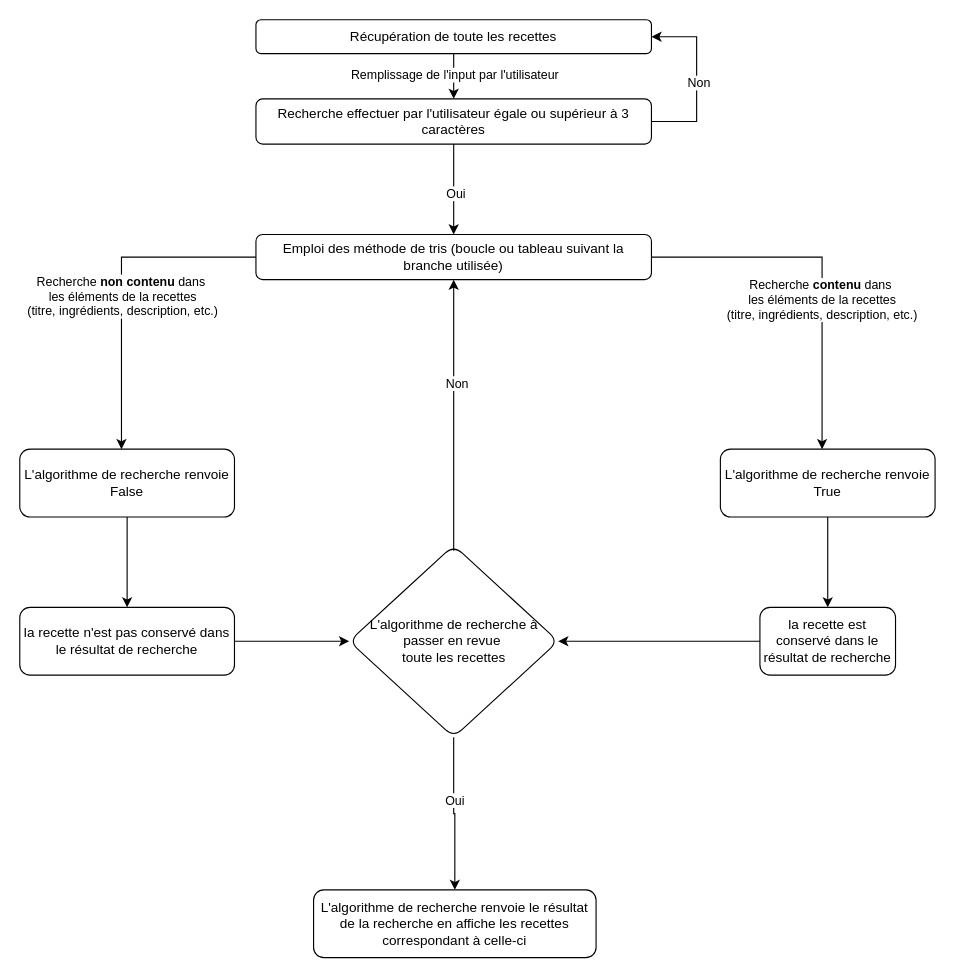
gregmelo/LesPetitsPlats keeps this draw.io diagram as Diagramme sans nom.drawio. Above is the earlier version. Source tidied: cells renumbered, new cells numbered last; positions are measured from the earlier drawing's top-left corner, leaving out a move shared by most shapes. Both pictures are drawn from the tidied source at 113%, with x=0, y=0 at pixel (19, 19).
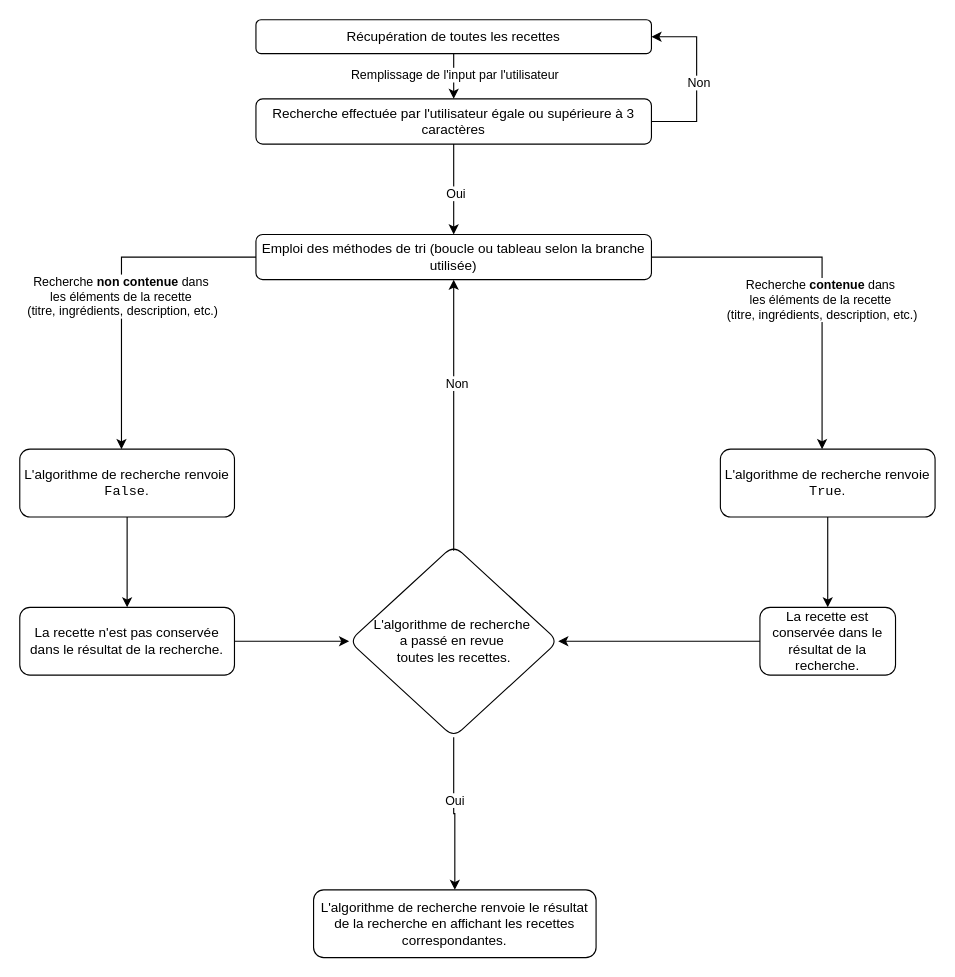
The same diagram, later.

The change refers to these unchanged cells:
```xml
<mxCell id="11" style="endArrow=classic;html=1;rounded=0;exitX=0;exitY=0.5;exitDx=0;exitDy=0;" parent="1" edge="1" source="10">
  <mxGeometry relative="1" as="geometry">
    <mxPoint x="90" y="380" as="targetPoint" />
    <Array as="points">
      <mxPoint x="90" y="210" />
    </Array>
  </mxGeometry>
</mxCell>
<mxCell id="23" style="endArrow=classic;html=1;rounded=0;exitX=1;exitY=0.5;exitDx=0;exitDy=0;" parent="1" edge="1" source="10">
  <mxGeometry relative="1" as="geometry">
    <mxPoint x="710" y="380" as="targetPoint" />
    <Array as="points">
      <mxPoint x="710" y="210" />
    </Array>
  </mxGeometry>
</mxCell>
```

Diff of the diagram source:
```diff
@@
-    <mxCell id="2" value="Récupération de toute les recettes" style="rounded=1;whiteSpace=wrap;html=1;" parent="1" vertex="1">
+    <mxCell id="2" value="Récupération de toutes les recettes" style="rounded=1;whiteSpace=wrap;html=1;" parent="1" vertex="1">
       <mxGeometry x="209" width="350" height="30" as="geometry" />
     </mxCell>
@@
-    <mxCell id="5" value="Recherche effectuer par l'utilisateur égale ou supérieur à 3 caractères" style="rounded=1;whiteSpace=wrap;html=1;" parent="1" vertex="1">
+    <mxCell id="5" value="Recherche effectuée par l'utilisateur égale ou supérieure à 3 caractères" style="rounded=1;whiteSpace=wrap;html=1;" parent="1" vertex="1">
       <mxGeometry x="209" y="70" width="350" height="40" as="geometry" />
     </mxCell>
@@
-    <mxCell id="10" value="Emploi des méthode de tris (boucle ou tableau suivant la branche utilisée)" style="rounded=1;whiteSpace=wrap;html=1;" parent="1" vertex="1">
+    <mxCell id="10" value="Emploi des méthodes de tri (boucle ou tableau selon la branche utilisée)" style="rounded=1;whiteSpace=wrap;html=1;" parent="1" vertex="1">
       <mxGeometry x="209" y="190" width="350" height="40" as="geometry" />
     </mxCell>
@@
-    <mxCell id="12" value="&lt;div&gt;Recherche &lt;b&gt;non contenu&lt;/b&gt; dans&amp;nbsp;&lt;/div&gt;&lt;div&gt;les éléments de la recettes&lt;/div&gt;&lt;div&gt;(titre, ingrédients, description, etc.)&lt;br&gt;&lt;/div&gt;" style="edgeLabel;html=1;align=center;verticalAlign=middle;" parent="11" vertex="1">
+    <mxCell id="12" value="&lt;div&gt;Recherche &lt;b&gt;non contenue&lt;/b&gt; dans&amp;nbsp;&lt;/div&gt;&lt;div&gt;les éléments de la recette&amp;nbsp;&lt;/div&gt;&lt;div&gt;(titre, ingrédients, description, etc.)&lt;/div&gt;" style="edgeLabel;html=1;align=center;verticalAlign=middle;" parent="11" vertex="1">
       <mxGeometry x="0.06" relative="1" as="geometry" />
     </mxCell>
@@
-    <mxCell id="14" value="L'algorithme de recherche renvoie False" style="rounded=1;whiteSpace=wrap;html=1;" parent="1" vertex="1">
+    <mxCell id="14" value="L'algorithme de recherche renvoie &lt;code&gt;False&lt;/code&gt;." style="rounded=1;whiteSpace=wrap;html=1;" parent="1" vertex="1">
       <mxGeometry y="380" width="190" height="60" as="geometry" />
     </mxCell>
@@
-    <mxCell id="16" value="la recette n'est pas conservé dans le résultat de recherche" style="rounded=1;whiteSpace=wrap;html=1;" parent="1" vertex="1">
+    <mxCell id="16" value="La recette n'est pas conservée dans le résultat de la recherche." style="rounded=1;whiteSpace=wrap;html=1;" parent="1" vertex="1">
       <mxGeometry y="520" width="190" height="60" as="geometry" />
     </mxCell>
@@
-    <mxCell id="19" value="&lt;div&gt;L'algorithme de recherche à passer en revue&amp;nbsp;&lt;/div&gt;&lt;div&gt;toute les recettes&lt;/div&gt;" style="rhombus;whiteSpace=wrap;html=1;rounded=1;" parent="1" vertex="1">
+    <mxCell id="19" value="&lt;div&gt;L'algorithme de recherche&amp;nbsp;&lt;/div&gt;&lt;div&gt;a passé en revue&amp;nbsp;&lt;/div&gt;&lt;div&gt;toutes les recettes.&lt;/div&gt;" style="rhombus;whiteSpace=wrap;html=1;rounded=1;" parent="1" vertex="1">
       <mxGeometry x="291.5" y="465" width="185" height="170" as="geometry" />
     </mxCell>
@@
-    <mxCell id="22" value="L'algorithme de recherche renvoie le résultat de la recherche en affiche les recettes correspondant à celle-ci" style="whiteSpace=wrap;html=1;rounded=1;" parent="1" vertex="1">
+    <mxCell id="22" value="L'algorithme de recherche renvoie le résultat de la recherche en affichant les recettes correspondantes." style="whiteSpace=wrap;html=1;rounded=1;" parent="1" vertex="1">
       <mxGeometry x="260" y="770" width="250" height="60" as="geometry" />
     </mxCell>
@@
-    <mxCell id="24" value="&lt;div&gt;Recherche &lt;b&gt;contenu&lt;/b&gt; dans&amp;nbsp;&lt;/div&gt;&lt;div&gt;les éléments de la recettes&lt;/div&gt;&lt;div&gt;(titre, ingrédients, description, etc.)&lt;br&gt;&lt;/div&gt;" style="edgeLabel;html=1;align=center;verticalAlign=middle;" parent="23" vertex="1">
+    <mxCell id="24" value="&lt;div&gt;Recherche &lt;b&gt;contenue&lt;/b&gt; dans&amp;nbsp;&lt;/div&gt;&lt;div&gt;les éléments de la recette&amp;nbsp;&lt;/div&gt;&lt;div&gt;(titre, ingrédients, description, etc.)&lt;/div&gt;" style="edgeLabel;html=1;align=center;verticalAlign=middle;" parent="23" vertex="1">
       <mxGeometry x="0.17" y="-1" relative="1" as="geometry" />
     </mxCell>
@@
-    <mxCell id="26" value="L'algorithme de recherche renvoie True" style="rounded=1;whiteSpace=wrap;html=1;" parent="1" vertex="1">
+    <mxCell id="26" value="L'algorithme de recherche renvoie &lt;code&gt;True&lt;/code&gt;." style="rounded=1;whiteSpace=wrap;html=1;" parent="1" vertex="1">
       <mxGeometry x="620" y="380" width="190" height="60" as="geometry" />
     </mxCell>
-    <mxCell id="27" value="la recette est conservé dans le résultat de recherche" style="whiteSpace=wrap;html=1;rounded=1;" parent="1" vertex="1">
+    <mxCell id="27" value="La recette est conservée dans le résultat de la recherche." style="whiteSpace=wrap;html=1;rounded=1;" parent="1" vertex="1">
       <mxGeometry x="655" y="520" width="120" height="60" as="geometry" />
     </mxCell>
```
